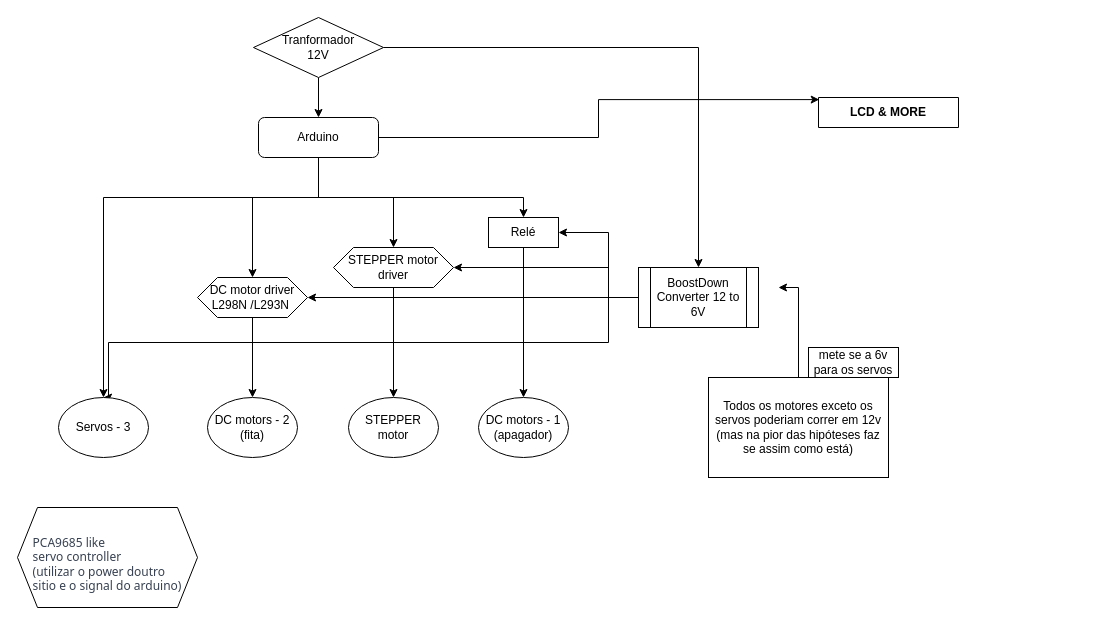
This is Diagrams/Diagrama sem nome.drawio from HackerSchool/turing, a draw.io file, before an edit. Source tidied: cells renumbered, new cells numbered last; positions are measured from the earlier drawing's top-left corner, leaving out a move shared by most shapes. Both pictures are drawn from the tidied source at 100%, with x=0, y=0 at pixel (17, 17).
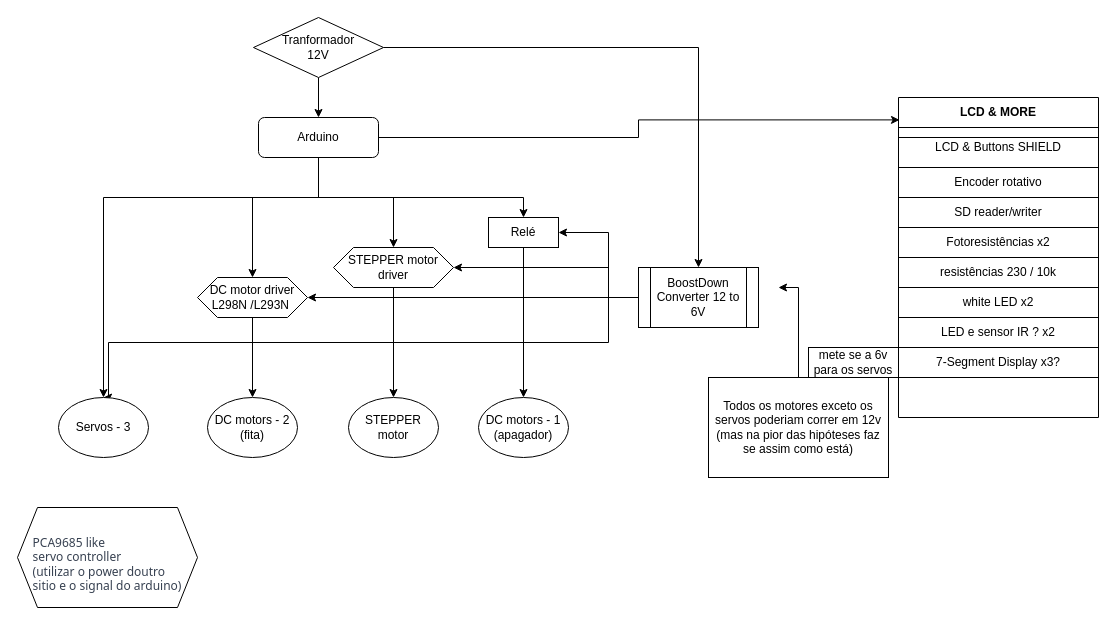
Above is the later version.

The edit, as a diff of the source:
```diff
@@
-    <mxCell id="23" value="LCD &amp;amp; MORE" style="swimlane;whiteSpace=wrap;html=1;startSize=30;" parent="1" vertex="1" collapsed="1">
-      <mxGeometry x="801" y="80" width="140" height="30" as="geometry" />
+    <mxCell id="23" value="LCD &amp;amp; MORE" style="swimlane;whiteSpace=wrap;html=1;startSize=30;" parent="1" vertex="1">
+      <mxGeometry x="881" y="80" width="200" height="320" as="geometry" />
     </mxCell>
+    <mxCell id="31" value="LCD &amp;amp; Buttons SHIELD" style="shape=internalStorage;whiteSpace=wrap;html=1;backgroundOutline=1;dx=0;dy=10;" parent="23" vertex="1">
+      <mxGeometry y="30" width="200" height="40" as="geometry" />
+    </mxCell>
+    <mxCell id="32" value="SD reader/writer" style="rounded=0;whiteSpace=wrap;html=1;" parent="23" vertex="1">
+      <mxGeometry y="100" width="200" height="30" as="geometry" />
+    </mxCell>
+    <mxCell id="33" value="Encoder rotativo" style="rounded=0;whiteSpace=wrap;html=1;" parent="23" vertex="1">
+      <mxGeometry y="70" width="200" height="30" as="geometry" />
+    </mxCell>
+    <mxCell id="34" value="Fotoresistências x2" style="rounded=0;whiteSpace=wrap;html=1;" parent="23" vertex="1">
+      <mxGeometry y="130" width="200" height="30" as="geometry" />
+    </mxCell>
+    <mxCell id="35" value="resistências 230 / 10k" style="rounded=0;whiteSpace=wrap;html=1;" parent="23" vertex="1">
+      <mxGeometry y="160" width="200" height="30" as="geometry" />
+    </mxCell>
+    <mxCell id="36" value="white LED x2" style="rounded=0;whiteSpace=wrap;html=1;" parent="23" vertex="1">
+      <mxGeometry y="190" width="200" height="30" as="geometry" />
+    </mxCell>
+    <mxCell id="37" value="LED e sensor IR ? x2" style="rounded=0;whiteSpace=wrap;html=1;" parent="23" vertex="1">
+      <mxGeometry y="220" width="200" height="30" as="geometry" />
+    </mxCell>
+    <mxCell id="38" value="7-Segment Display x3?" style="rounded=0;whiteSpace=wrap;html=1;" parent="23" vertex="1">
+      <mxGeometry y="250" width="200" height="30" as="geometry" />
+    </mxCell>
```
